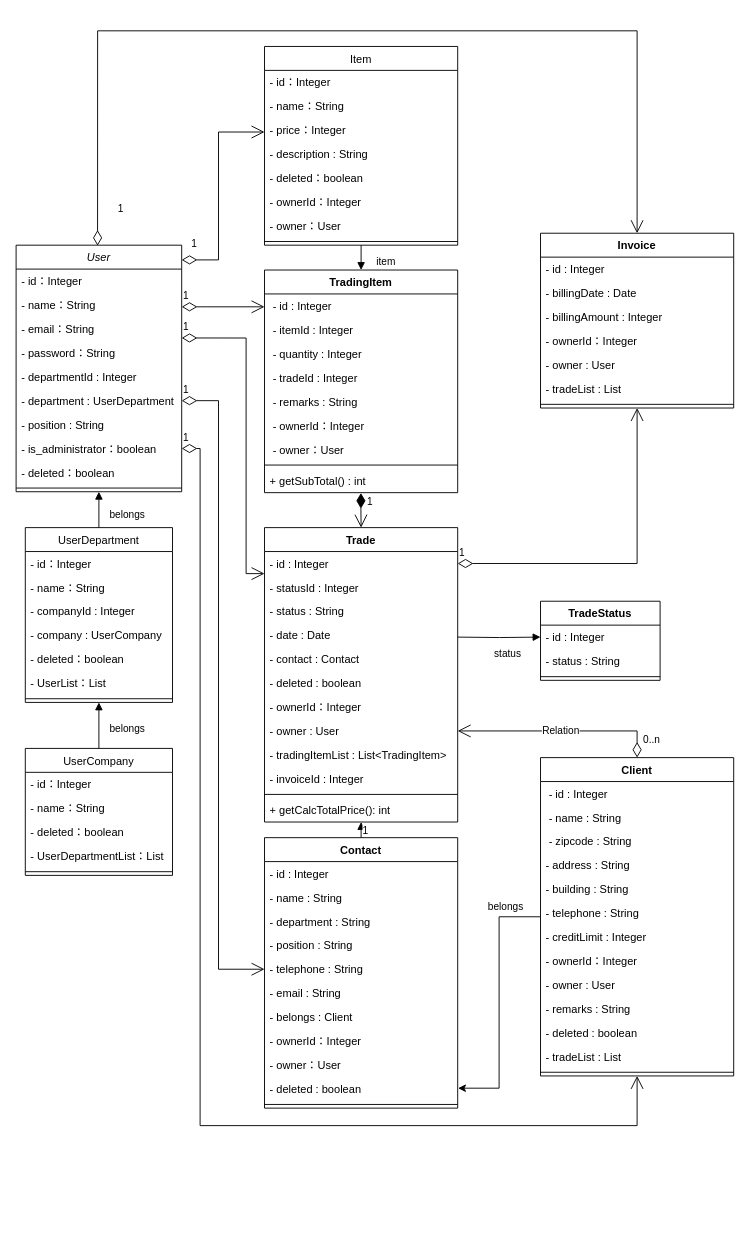
Earlier version of the draw.io diagram documents/ドメインモデル.drawio (MasayukiFurumoto-rks/invoice-generator). Source tidied: cells renumbered, new cells numbered last; positions are measured from the earlier drawing's top-left corner, leaving out a move shared by most shapes. Both pictures are drawn from the tidied source at 92%, with x=0, y=0 at pixel (16, 30).
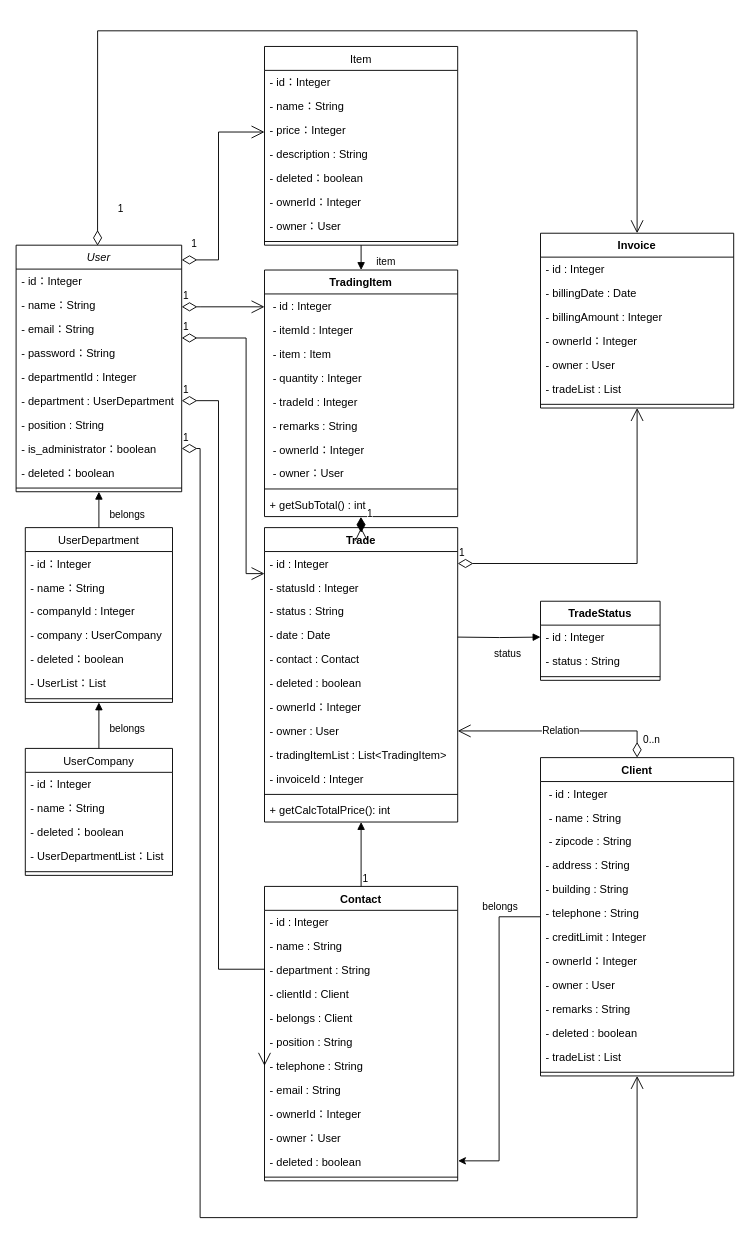
Above is the later version.

The change refers to these unchanged cells:
```xml
<mxCell id="10" value="- is_administrator：boolean" style="text;align=left;verticalAlign=top;spacingLeft=4;spacingRight=4;overflow=hidden;points=[[0,0.5],[1,0.5]];portConstraint=eastwest;rounded=0;shadow=0;html=0;" parent="2" vertex="1">
  <mxGeometry y="208" width="180" height="26" as="geometry" />
</mxCell>
<mxCell id="57" value="Client" style="swimlane;fontStyle=1;align=center;verticalAlign=top;horizontal=1;startSize=26;" parent="1" vertex="1">
  <mxGeometry x="570" y="790" width="210" height="346" as="geometry" />
</mxCell>
```

What changed in the source:
```diff
@@
     <mxCell id="45" value="TradingItem" style="swimlane;fontStyle=1;align=center;verticalAlign=top;horizontal=1;startSize=26;" parent="1" vertex="1">
-      <mxGeometry x="270" y="260" width="210" height="242" as="geometry" />
+      <mxGeometry x="270" y="260" width="210" height="268" as="geometry" />
     </mxCell>
@@
+    <mxCell id="115" value=" - item : Item" style="text;strokeColor=none;fillColor=none;align=left;verticalAlign=top;spacingLeft=4;spacingRight=4;overflow=hidden;" parent="45" vertex="1">
+      <mxGeometry y="78" width="210" height="26" as="geometry" />
+    </mxCell>
     <mxCell id="48" value=" - quantity : Integer" style="text;strokeColor=none;fillColor=none;align=left;verticalAlign=top;spacingLeft=4;spacingRight=4;overflow=hidden;" parent="45" vertex="1">
-      <mxGeometry y="78" width="210" height="26" as="geometry" />
+      <mxGeometry y="104" width="210" height="26" as="geometry" />
     </mxCell>
     <mxCell id="49" value=" - tradeId : Integer" style="text;strokeColor=none;fillColor=none;align=left;verticalAlign=top;spacingLeft=4;spacingRight=4;overflow=hidden;" parent="45" vertex="1">
-      <mxGeometry y="104" width="210" height="26" as="geometry" />
+      <mxGeometry y="130" width="210" height="26" as="geometry" />
     </mxCell>
     <mxCell id="50" value=" - remarks : String" style="text;strokeColor=none;fillColor=none;align=left;verticalAlign=top;spacingLeft=4;spacingRight=4;overflow=hidden;" parent="45" vertex="1">
-      <mxGeometry y="130" width="210" height="26" as="geometry" />
+      <mxGeometry y="156" width="210" height="26" as="geometry" />
     </mxCell>
     <mxCell id="51" value=" - ownerId：Integer" style="text;align=left;verticalAlign=top;spacingLeft=4;spacingRight=4;overflow=hidden;rounded=0;shadow=0;html=0;" parent="45" vertex="1">
-      <mxGeometry y="156" width="210" height="26" as="geometry" />
+      <mxGeometry y="182" width="210" height="26" as="geometry" />
     </mxCell>
     <mxCell id="52" value=" - owner：User" style="text;strokeColor=none;fillColor=none;align=left;verticalAlign=top;spacingLeft=4;spacingRight=4;overflow=hidden;" parent="45" vertex="1">
-      <mxGeometry y="182" width="210" height="26" as="geometry" />
+      <mxGeometry y="208" width="210" height="26" as="geometry" />
     </mxCell>
     <mxCell id="53" style="line;strokeWidth=1;fillColor=none;align=left;verticalAlign=middle;spacingTop=-1;spacingLeft=3;spacingRight=3;labelPosition=right;" parent="45" vertex="1">
-      <mxGeometry y="208" width="210" height="8" as="geometry" />
+      <mxGeometry y="234" width="210" height="8" as="geometry" />
     </mxCell>
     <mxCell id="54" value="+ getSubTotal() : int" style="text;strokeColor=none;fillColor=none;align=left;verticalAlign=top;spacingLeft=4;spacingRight=4;overflow=hidden;points=[[0,0.5],[1,0.5]];portConstraint=eastwest;" parent="45" vertex="1">
-      <mxGeometry y="216" width="210" height="26" as="geometry" />
+      <mxGeometry y="242" width="210" height="26" as="geometry" />
     </mxCell>
@@
     <mxCell id="71" value="Contact" style="swimlane;fontStyle=1;align=center;verticalAlign=top;horizontal=1;startSize=26;" parent="1" vertex="1">
-      <mxGeometry x="270" y="877" width="210" height="294" as="geometry" />
+      <mxGeometry x="270" y="930" width="210" height="320" as="geometry" />
     </mxCell>
@@
+    <mxCell id="78" value="- clientId : Client  " style="text;strokeColor=none;fillColor=none;align=left;verticalAlign=top;spacingLeft=4;spacingRight=4;overflow=hidden;" parent="71" vertex="1">
+      <mxGeometry y="104" width="210" height="26" as="geometry" />
+    </mxCell>
+    <mxCell id="116" value="- belongs : Client  " style="text;strokeColor=none;fillColor=none;align=left;verticalAlign=top;spacingLeft=4;spacingRight=4;overflow=hidden;" parent="71" vertex="1">
+      <mxGeometry y="130" width="210" height="26" as="geometry" />
+    </mxCell>
     <mxCell id="75" value="- position : String" style="text;strokeColor=none;fillColor=none;align=left;verticalAlign=top;spacingLeft=4;spacingRight=4;overflow=hidden;" parent="71" vertex="1">
-      <mxGeometry y="104" width="210" height="26" as="geometry" />
+      <mxGeometry y="156" width="210" height="26" as="geometry" />
     </mxCell>
     <mxCell id="76" value="- telephone : String" style="text;strokeColor=none;fillColor=none;align=left;verticalAlign=top;spacingLeft=4;spacingRight=4;overflow=hidden;points=[[0,0.5],[1,0.5]];portConstraint=eastwest;" parent="71" vertex="1">
-      <mxGeometry y="130" width="210" height="26" as="geometry" />
+      <mxGeometry y="182" width="210" height="26" as="geometry" />
     </mxCell>
     <mxCell id="77" value="- email : String" style="text;strokeColor=none;fillColor=none;align=left;verticalAlign=top;spacingLeft=4;spacingRight=4;overflow=hidden;" parent="71" vertex="1">
-      <mxGeometry y="156" width="210" height="26" as="geometry" />
+      <mxGeometry y="208" width="210" height="26" as="geometry" />
     </mxCell>
-    <mxCell id="78" value="- belongs : Client  " style="text;strokeColor=none;fillColor=none;align=left;verticalAlign=top;spacingLeft=4;spacingRight=4;overflow=hidden;" parent="71" vertex="1">
-      <mxGeometry y="182" width="210" height="26" as="geometry" />
-    </mxCell>
     <mxCell id="79" value="- ownerId：Integer" style="text;align=left;verticalAlign=top;spacingLeft=4;spacingRight=4;overflow=hidden;rounded=0;shadow=0;html=0;" parent="71" vertex="1">
-      <mxGeometry y="208" width="210" height="26" as="geometry" />
+      <mxGeometry y="234" width="210" height="26" as="geometry" />
     </mxCell>
     <mxCell id="80" value="- owner：User" style="text;strokeColor=none;fillColor=none;align=left;verticalAlign=top;spacingLeft=4;spacingRight=4;overflow=hidden;" parent="71" vertex="1">
-      <mxGeometry y="234" width="210" height="26" as="geometry" />
+      <mxGeometry y="260" width="210" height="26" as="geometry" />
     </mxCell>
     <mxCell id="81" value="- deleted : boolean" style="text;strokeColor=none;fillColor=none;align=left;verticalAlign=top;spacingLeft=4;spacingRight=4;overflow=hidden;points=[[0,0.5],[1,0.5]];portConstraint=eastwest;" parent="71" vertex="1">
-      <mxGeometry y="260" width="210" height="26" as="geometry" />
+      <mxGeometry y="286" width="210" height="26" as="geometry" />
     </mxCell>
     <mxCell id="82" style="line;strokeWidth=1;fillColor=none;align=left;verticalAlign=middle;spacingTop=-1;spacingLeft=3;spacingRight=3;labelPosition=right;" parent="71" vertex="1">
-      <mxGeometry y="286" width="210" height="8" as="geometry" />
+      <mxGeometry y="312" width="210" height="8" as="geometry" />
     </mxCell>
@@
     <mxCell id="104" value="1" style="endArrow=open;html=1;endSize=12;startArrow=diamondThin;startSize=14;startFill=0;edgeStyle=orthogonalEdgeStyle;align=left;verticalAlign=bottom;rounded=0;exitX=1;exitY=0.5;exitDx=0;exitDy=0;entryX=0.5;entryY=1;entryDx=0;entryDy=0;" parent="1" edge="1" source="10" target="57">
       <mxGeometry x="-1" y="3" relative="1" as="geometry">
         <Array as="points">
           <mxPoint x="200" y="454" />
-          <mxPoint x="200" y="1190" />
-          <mxPoint x="675" y="1190" />
+          <mxPoint x="200" y="1290" />
+          <mxPoint x="675" y="1290" />
         </Array>
       </mxGeometry>
     </mxCell>
```
